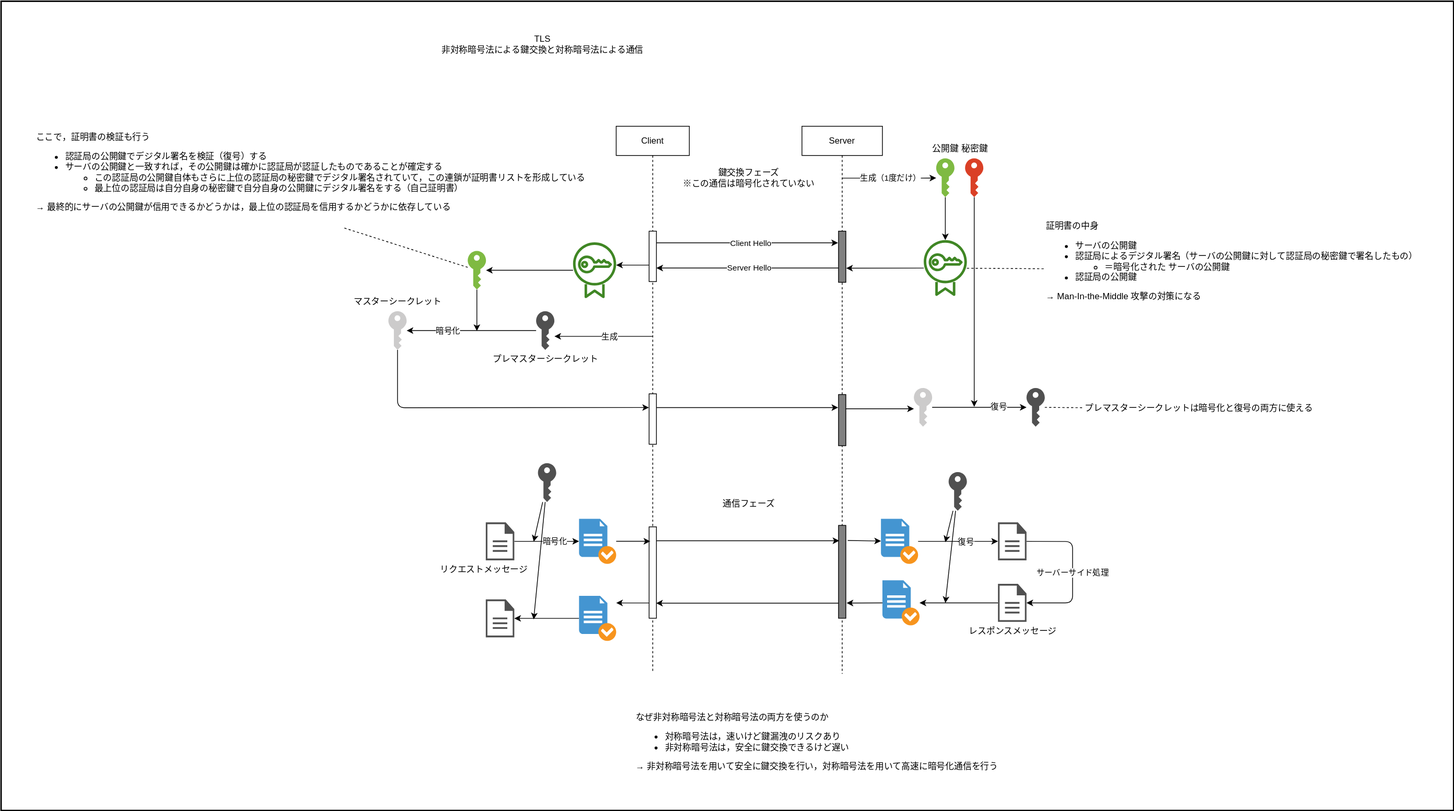
The draw.io diagram diagrams/tls.drawio.svg in SOUSUKEKUROSAWA/drawio, before a commit. Source tidied: cells renumbered, new cells last; positions are measured from the earlier drawing's top-left corner, leaving out a move shared by most shapes.
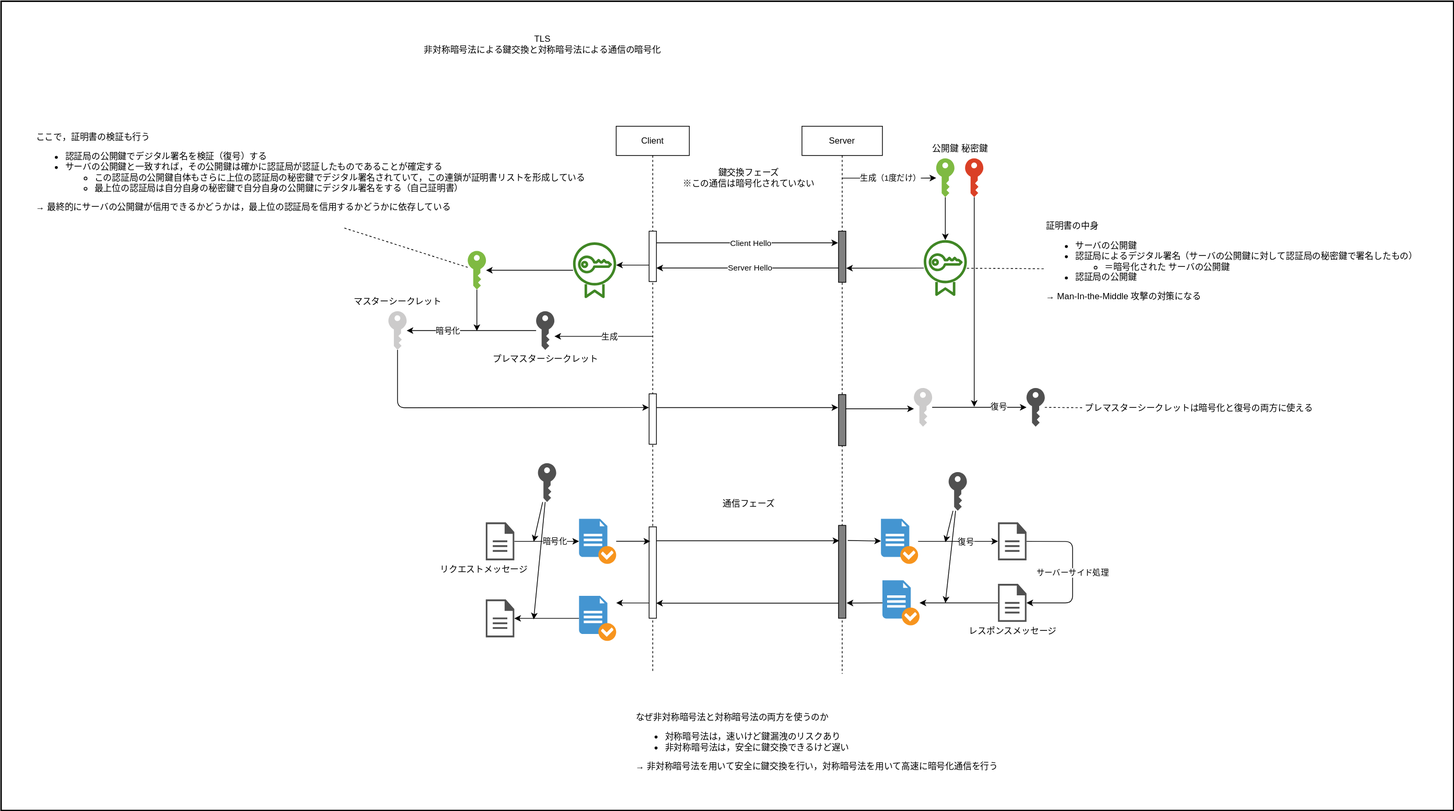
After the commit.

The edit, as a diff of the source:
```diff
@@ -60,8 +60,8 @@
         <mxPoint x="17" as="offset" />
       </mxGeometry>
     </mxCell>
-    <mxCell id="18" value="TLS&lt;br&gt;非対称暗号法による鍵交換と対称暗号法による通信" style="text;html=1;align=center;verticalAlign=middle;strokeColor=none;fillColor=none;" parent="1" vertex="1">
-      <mxGeometry x="593" y="38" width="294" height="41" as="geometry" />
+    <mxCell id="18" value="TLS&lt;br&gt;非対称暗号法による鍵交換と対称暗号法による通信の暗号化" style="text;html=1;align=center;verticalAlign=middle;strokeColor=none;fillColor=none;" parent="1" vertex="1">
+      <mxGeometry x="569" y="38" width="342" height="41" as="geometry" />
     </mxCell>
     <mxCell id="19" style="edgeStyle=none;html=1;" parent="1" edge="1" source="20" target="28">
       <mxGeometry relative="1" as="geometry" />
```
